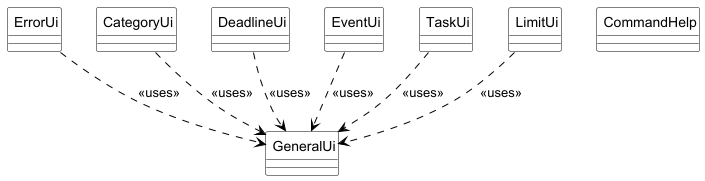
This is docs/pictures/UIClassDiagram.png from marken9/tp, a PlantUML export, as it was before one commit.
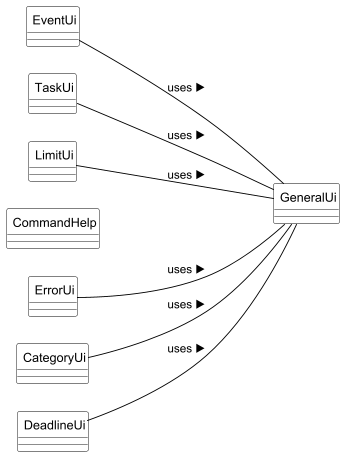
After the commit.

Change to the diagram source:
```diff
@@ -1,5 +1,8 @@
 @startuml UI
 
+left to right direction
+skinparam nodesep 30
+skinparam ranksep 150
 skinparam classAttributeIconSize 0
 skinparam CircledCharacterFontSize 0
 skinparam CircledCharacterRadius 0
@@ -9,20 +12,29 @@
     ArrowColor Black
 }
 
+together {
+    class ErrorUi
+    class CategoryUi
+    class DeadlineUi
+}
+
+
+together {
+    class EventUi
+    class TaskUi
+    class LimitUi
+    class CommandHelp
+}
+
 class GeneralUi
-class ErrorUi
-class CategoryUi
-class DeadlineUi
-class EventUi
-class TaskUi
-class LimitUi
-class CommandHelp
+ErrorUi -[hidden]- GeneralUi
+GeneralUi -[hidden]- EventUi
 
-ErrorUi    ..> GeneralUi : <<uses>>
-CategoryUi ..> GeneralUi : <<uses>>
-DeadlineUi ..> GeneralUi : <<uses>>
-EventUi    ..> GeneralUi : <<uses>>
-TaskUi     ..> GeneralUi : <<uses>>
-LimitUi    ..> GeneralUi : <<uses>>
+ErrorUi     -- GeneralUi : uses ▶
+CategoryUi  -- GeneralUi : uses ▶
+DeadlineUi  -- GeneralUi : uses ▶
+EventUi     -- GeneralUi : uses ▶
+TaskUi      -- GeneralUi : uses ▶
+LimitUi     -- GeneralUi : uses ▶
 
 @enduml
```
